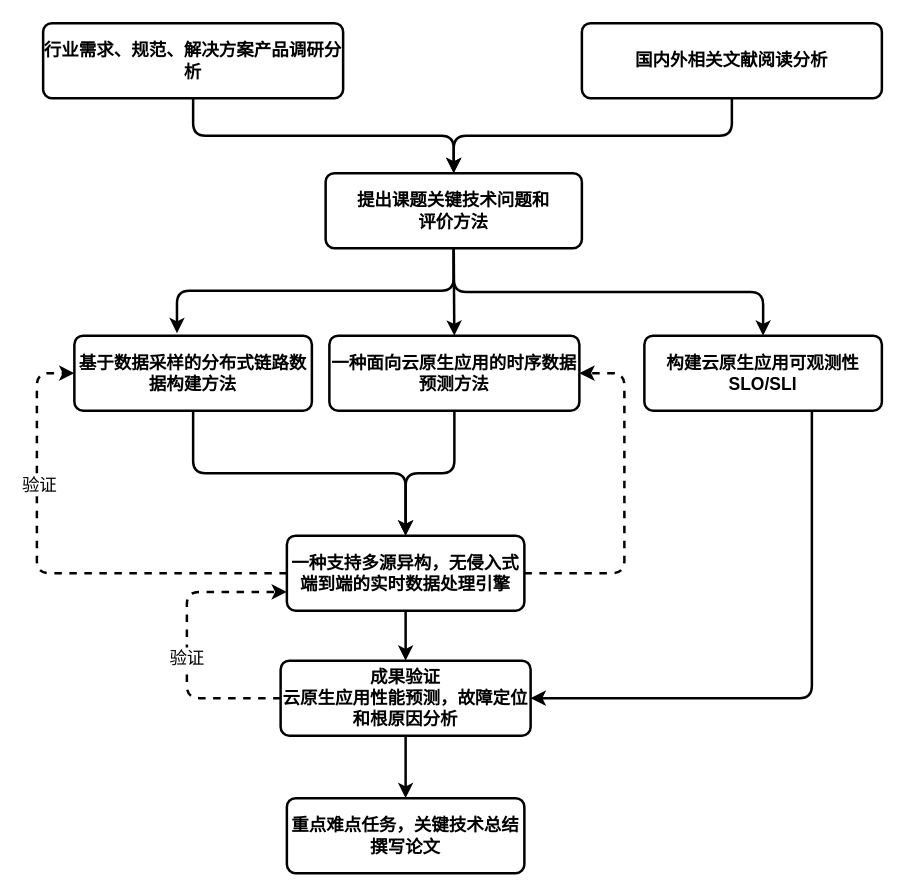
easefulfil/CLOUDCARE keeps this draw.io diagram as page "课题设计方案2.0" (8 of 10) of shrine-doc/论文相关.drawio. Above is the earlier version. Source tidied: cells renumbered, new cells numbered last; positions are measured from the earlier drawing's top-left corner, leaving out a move shared by most shapes. Both pictures are drawn from the tidied source at 125%, with x=0, y=0 at pixel (36, 22).
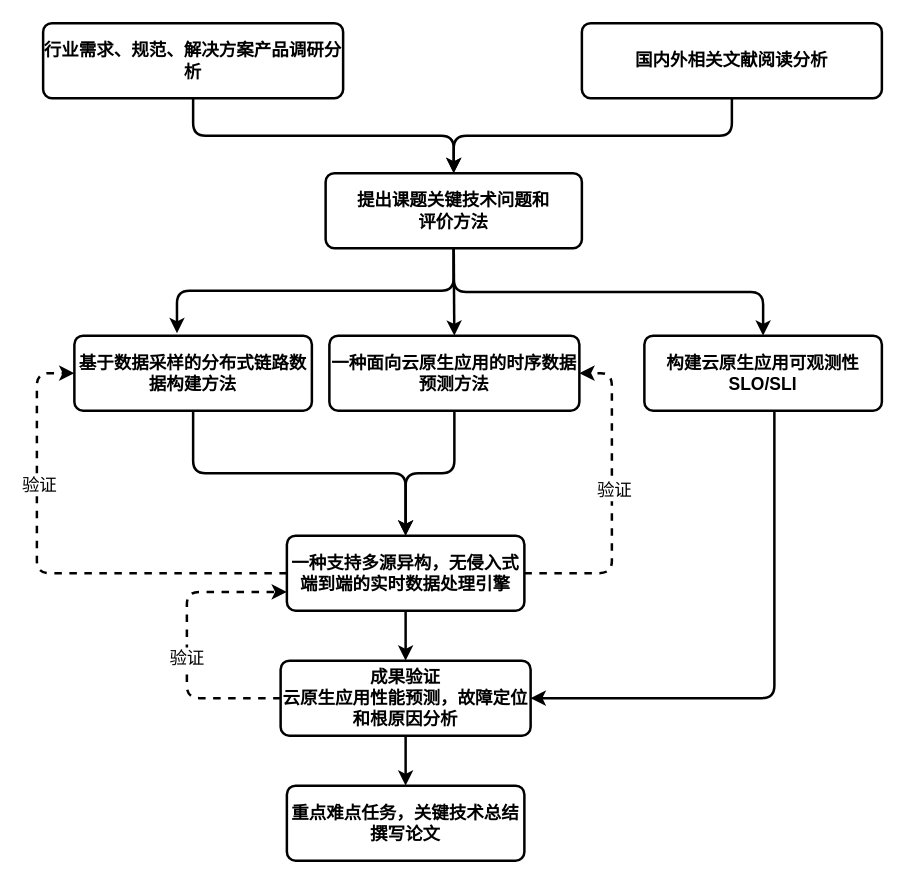
Above is the later version.

Unchanged cells that the change refers to:
```xml
<mxCell id="11" value="&lt;span style=&quot;text-align: start; font-size: 14px; font-family: 仿宋_GB2312;&quot;&gt;基于数据采样的分布式链路数据构建方法&lt;/span&gt;&lt;span style=&quot;font-size: 14px; text-align: start;&quot;&gt;&lt;/span&gt;" style="rounded=1;whiteSpace=wrap;html=1;absoluteArcSize=1;arcSize=14;strokeWidth=2;fontSize=14;fontStyle=1;" parent="1" vertex="1">
  <mxGeometry x="30" y="250" width="190" height="60" as="geometry" />
</mxCell>
<mxCell id="16" value="&lt;span style=&quot;text-align: start; font-size: 14px; font-family: 仿宋_GB2312;&quot; lang=&quot;ZH&quot;&gt;一种&lt;/span&gt;&lt;span style=&quot;text-align: start; font-size: 14px; font-family: 仿宋_GB2312;&quot;&gt;支持多源异构，无侵入式端到端&lt;/span&gt;&lt;span style=&quot;text-align: start; font-size: 14px; font-family: 仿宋_GB2312;&quot; lang=&quot;ZH&quot;&gt;的实时&lt;/span&gt;&lt;span style=&quot;text-align: start; font-size: 14px; font-family: 仿宋_GB2312;&quot;&gt;数据处理引擎&lt;/span&gt;&lt;span style=&quot;font-size: 14px; text-align: start;&quot;&gt;&lt;/span&gt;" style="rounded=1;whiteSpace=wrap;html=1;absoluteArcSize=1;arcSize=14;strokeWidth=2;fontSize=14;fontStyle=1;" parent="1" vertex="1">
  <mxGeometry x="200" y="410" width="190" height="60" as="geometry" />
</mxCell>
<mxCell id="18" value="&lt;span style=&quot;font-family: 仿宋_GB2312; font-size: 14px; text-align: start;&quot;&gt;一种面向云原生应用的时序数据预测方法&lt;/span&gt;" style="rounded=1;whiteSpace=wrap;html=1;absoluteArcSize=1;arcSize=14;strokeWidth=2;fontSize=14;fontStyle=1;" parent="1" vertex="1">
  <mxGeometry x="234" y="250" width="200" height="60" as="geometry" />
</mxCell>
<mxCell id="22" value="&lt;span style=&quot;text-align: start; font-size: 14px; font-family: 仿宋_GB2312;&quot;&gt;成果验证&lt;br style=&quot;font-size: 14px;&quot;&gt;云原生应用&lt;/span&gt;&lt;span style=&quot;text-align: start; font-size: 14px; font-family: 仿宋_GB2312;&quot; lang=&quot;ZH&quot;&gt;性能&lt;/span&gt;&lt;span style=&quot;text-align: start; font-size: 14px; font-family: 仿宋_GB2312;&quot;&gt;预测&lt;/span&gt;&lt;span style=&quot;text-align: start; font-size: 14px; font-family: 仿宋_GB2312;&quot; lang=&quot;ZH&quot;&gt;，故障定位和&lt;/span&gt;&lt;span style=&quot;text-align: start; font-size: 14px; font-family: 仿宋_GB2312;&quot;&gt;根&lt;/span&gt;&lt;span style=&quot;text-align: start; font-size: 14px; font-family: 仿宋_GB2312;&quot; lang=&quot;ZH&quot;&gt;原因分析&lt;/span&gt;&lt;span style=&quot;font-size: 14px; text-align: start;&quot;&gt;&lt;/span&gt;" style="rounded=1;whiteSpace=wrap;html=1;absoluteArcSize=1;arcSize=14;strokeWidth=2;fontSize=14;fontStyle=1;" parent="1" vertex="1">
  <mxGeometry x="195" y="510" width="200" height="60" as="geometry" />
</mxCell>
<mxCell id="24" value="构建云原生应用可观测性SLO/SLI" style="rounded=1;whiteSpace=wrap;html=1;absoluteArcSize=1;arcSize=14;strokeWidth=2;fontSize=14;fontStyle=1;" parent="1" vertex="1">
  <mxGeometry x="486" y="250" width="190" height="60" as="geometry" />
</mxCell>
```

What changed in the source:
```diff
@@
     <mxCell id="13" style="edgeStyle=elbowEdgeStyle;rounded=1;jumpStyle=arc;jettySize=auto;html=1;entryX=0;entryY=0.5;entryDx=0;entryDy=0;strokeWidth=2;fontSize=14;dashed=1;fontStyle=1;elbow=vertical;" parent="1" edge="1" source="16" target="11">
       <mxGeometry relative="1" as="geometry">
         <Array as="points">
+          <mxPoint y="350" />
           <mxPoint y="360" />
         </Array>
       </mxGeometry>
     </mxCell>
@@
-    <mxCell id="15" style="edgeStyle=elbowEdgeStyle;rounded=1;jumpStyle=arc;jettySize=auto;html=1;entryX=1;entryY=0.5;entryDx=0;entryDy=0;strokeWidth=2;fontSize=14;dashed=1;fontStyle=1;elbow=vertical;" parent="1" edge="1" source="16" target="18">
+    <mxCell id="15" style="edgeStyle=elbowEdgeStyle;rounded=1;jumpStyle=arc;jettySize=auto;html=1;entryX=1;entryY=0.5;entryDx=0;entryDy=0;strokeWidth=2;fontSize=14;dashed=1;fontStyle=1;elbow=horizontal;" parent="1" edge="1" source="16" target="18">
       <mxGeometry relative="1" as="geometry">
         <Array as="points">
+          <mxPoint x="460" y="340" />
           <mxPoint x="470" y="390" />
         </Array>
       </mxGeometry>
     </mxCell>
+    <mxCell id="26" value="验证" style="edgeLabel;html=1;align=center;verticalAlign=middle;fontSize=14;" parent="15" vertex="1">
+      <mxGeometry x="0.07" y="-1" relative="1" as="geometry" />
+    </mxCell>
@@
     <mxCell id="23" style="edgeStyle=elbowEdgeStyle;rounded=1;jumpStyle=arc;jettySize=auto;html=1;entryX=1;entryY=0.5;entryDx=0;entryDy=0;strokeWidth=2;fontSize=14;fontStyle=1;" parent="1" edge="1" source="24" target="22">
       <mxGeometry relative="1" as="geometry">
         <Array as="points">
+          <mxPoint x="590" y="450" />
           <mxPoint x="620" y="370" />
         </Array>
       </mxGeometry>
     </mxCell>
@@
     <mxCell id="25" value="重点难点任务，关键技术总结&lt;br style=&quot;font-size: 14px;&quot;&gt;撰写论文" style="rounded=1;whiteSpace=wrap;html=1;absoluteArcSize=1;arcSize=14;strokeWidth=2;fontSize=14;fontStyle=1;" parent="1" vertex="1">
-      <mxGeometry x="200" y="620" width="190" height="60" as="geometry" />
+      <mxGeometry x="200" y="610" width="190" height="60" as="geometry" />
     </mxCell>
```
